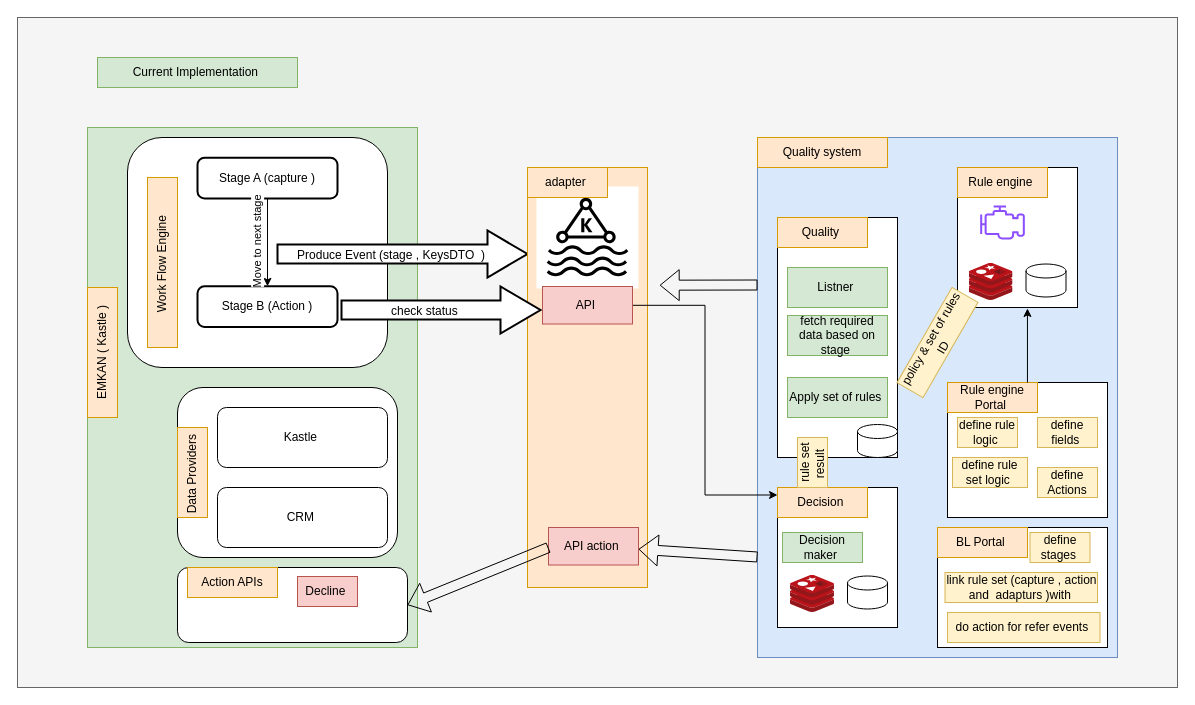
Before: page "emkan flow" (7 of 9) of decision.drawio in MHosnii/DrawIo, a draw.io diagram. Source tidied: cells renumbered, new cells numbered last; positions are measured from the earlier drawing's top-left corner, leaving out a move shared by most shapes. Both pictures are drawn from the tidied source at 100%, with x=0, y=0 at pixel (17, 17).
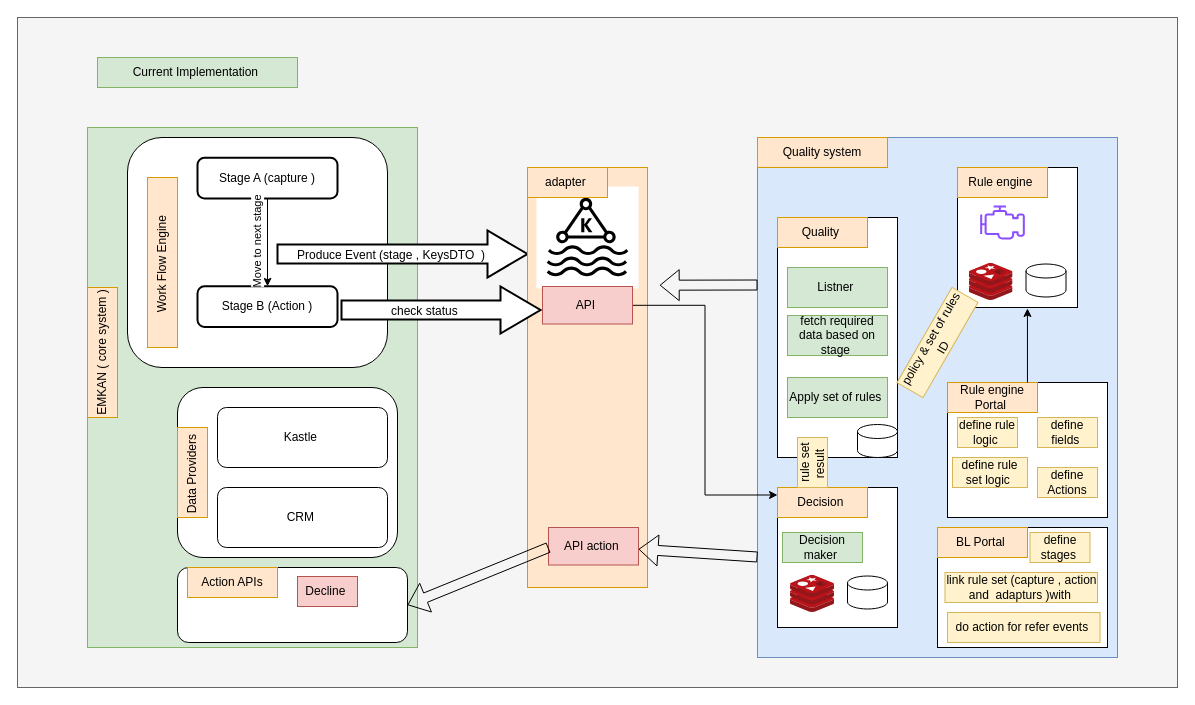
The same page after the edit.

What changed in the source:
```diff
@@
-    <mxCell id="12" value="EMKAN ( Kastle )" style="text;html=1;align=center;verticalAlign=middle;whiteSpace=wrap;rounded=0;fillColor=#ffe6cc;strokeColor=#d79b00;rotation=-90;" parent="1" vertex="1">
+    <mxCell id="12" value="EMKAN ( core system )" style="text;html=1;align=center;verticalAlign=middle;whiteSpace=wrap;rounded=0;fillColor=#ffe6cc;strokeColor=#d79b00;rotation=-90;" parent="1" vertex="1">
       <mxGeometry x="20" y="320" width="130" height="30" as="geometry" />
     </mxCell>
```
